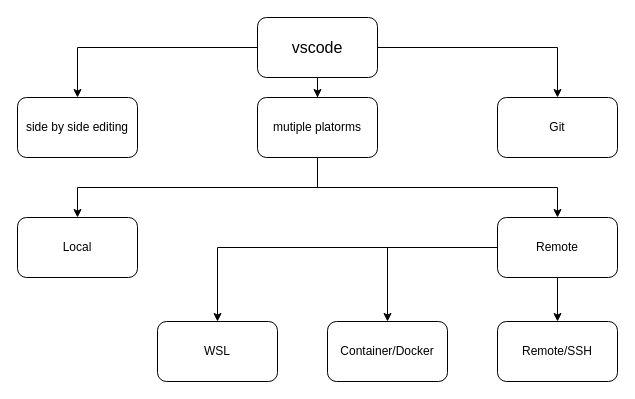
Earlier version of the draw.io diagram page "vscode" (4 of 7) of Fig_CS/Figure-Factory.drawio (jizhang02/Figure-Factory). Source tidied: cells renumbered, new cells numbered last; positions are measured from the earlier drawing's top-left corner, leaving out a move shared by most shapes. Both pictures are drawn from the tidied source at 100%, with x=0, y=0 at pixel (17, 17).
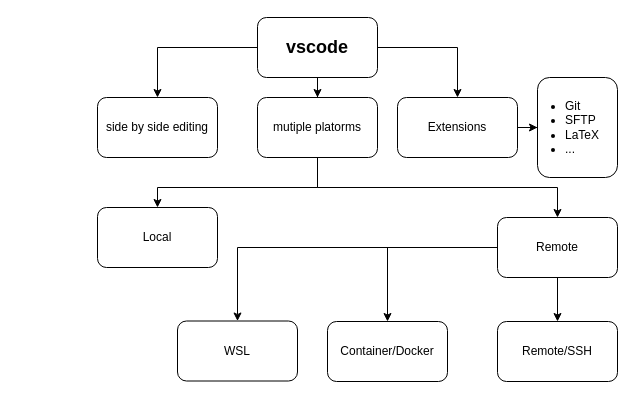
The same page after the edit.

Unchanged cells that the change refers to:
```xml
<mxCell id="9" value="mutiple platorms" style="rounded=1;whiteSpace=wrap;html=1;" parent="1" vertex="1">
  <mxGeometry x="240" y="80" width="120" height="60" as="geometry" />
</mxCell>
```

What changed in the source:
```diff
@@
-    <mxCell id="5" value="vscode" style="rounded=1;whiteSpace=wrap;html=1;fontSize=16;" parent="1" vertex="1">
+    <mxCell id="5" value="vscode" style="rounded=1;whiteSpace=wrap;html=1;fontSize=18;fontStyle=1;" parent="1" vertex="1">
       <mxGeometry x="240" width="120" height="60" as="geometry" />
     </mxCell>
     <mxCell id="6" value="side by side editing" style="rounded=1;whiteSpace=wrap;html=1;" parent="1" vertex="1">
-      <mxGeometry y="80" width="120" height="60" as="geometry" />
+      <mxGeometry x="80" y="80" width="120" height="60" as="geometry" />
     </mxCell>
-    <mxCell id="7" style="edgeStyle=orthogonalEdgeStyle;rounded=0;jettySize=auto;html=1;" parent="1" edge="1" source="9" target="11">
+    <mxCell id="7" style="edgeStyle=orthogonalEdgeStyle;rounded=0;jettySize=auto;html=1;entryX=0.5;entryY=0;entryDx=0;entryDy=0;" parent="1" edge="1" source="9" target="11">
       <mxGeometry relative="1" as="geometry">
         <Array as="points">
           <mxPoint x="300" y="170" />
-          <mxPoint x="60" y="170" />
+          <mxPoint x="140" y="170" />
         </Array>
       </mxGeometry>
     </mxCell>
@@
+    <mxCell id="19" style="edgeStyle=orthogonalEdgeStyle;rounded=0;jettySize=auto;html=1;" parent="1" edge="1" source="10" target="20">
+      <mxGeometry relative="1" as="geometry" />
+    </mxCell>
-    <mxCell id="10" value="Git" style="rounded=1;whiteSpace=wrap;html=1;" parent="1" vertex="1">
-      <mxGeometry x="480" y="80" width="120" height="60" as="geometry" />
+    <mxCell id="10" value="Extensions" style="rounded=1;whiteSpace=wrap;html=1;" parent="1" vertex="1">
+      <mxGeometry x="380" y="80" width="120" height="60" as="geometry" />
     </mxCell>
     <mxCell id="11" value="Local" style="rounded=1;whiteSpace=wrap;html=1;" parent="1" vertex="1">
-      <mxGeometry y="200" width="120" height="60" as="geometry" />
+      <mxGeometry x="80" y="190" width="120" height="60" as="geometry" />
     </mxCell>
     <mxCell id="12" value="WSL" style="rounded=1;whiteSpace=wrap;html=1;" parent="1" vertex="1">
-      <mxGeometry x="140" y="304" width="120" height="60" as="geometry" />
+      <mxGeometry x="160" y="303.5" width="120" height="60" as="geometry" />
     </mxCell>
@@
+    <mxCell id="20" value="&lt;ul&gt;&lt;li&gt;Git&lt;/li&gt;&lt;li&gt;SFTP&lt;/li&gt;&lt;li&gt;LaTeX&lt;/li&gt;&lt;li style=&quot;&quot;&gt;...&lt;/li&gt;&lt;/ul&gt;" style="rounded=1;whiteSpace=wrap;html=1;align=left;spacing=-12;" parent="1" vertex="1">
+      <mxGeometry x="520" y="60" width="80" height="100" as="geometry" />
+    </mxCell>
```
